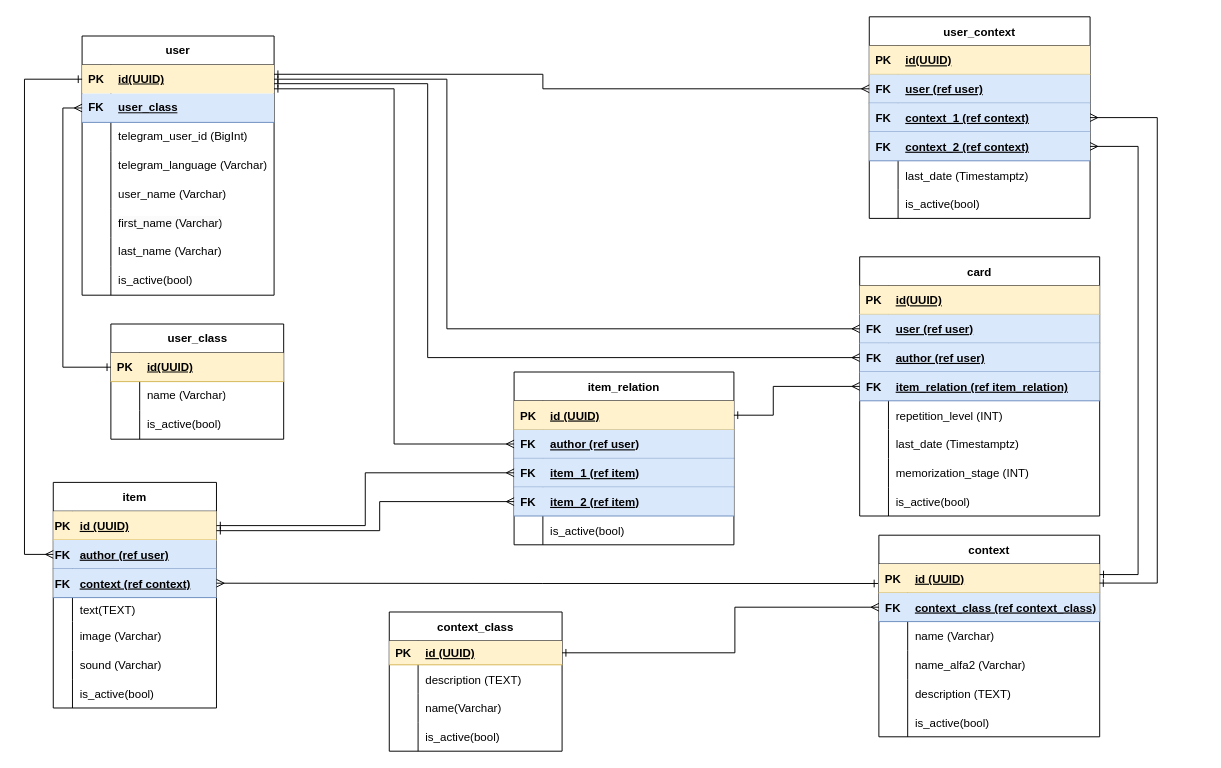
essayNEXT/REPETITOR keeps this draw.io diagram as doc/db_structure.drawio. Above is the earlier version. Source tidied: cells renumbered, new cells numbered last; positions are measured from the earlier drawing's top-left corner, leaving out a move shared by most shapes. Both pictures are drawn from the tidied source at 96%, with x=0, y=0 at pixel (24, 16).
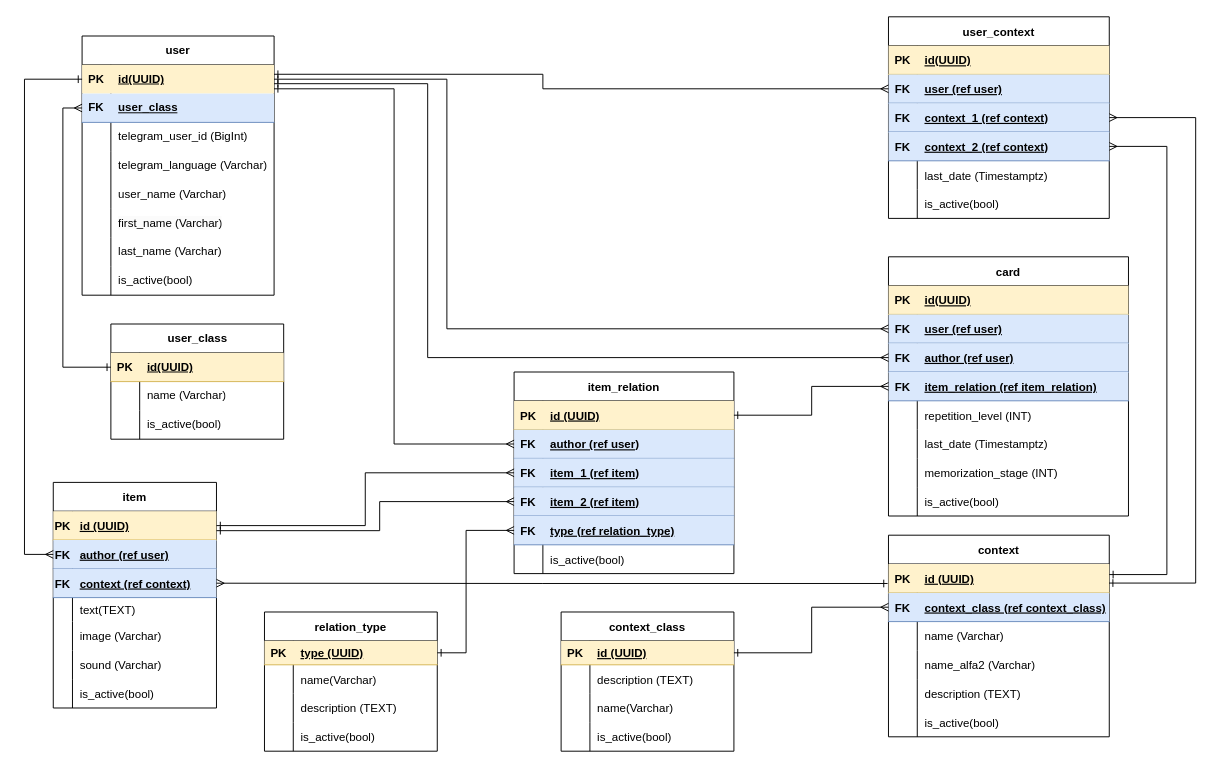
After the change.

The change refers to these unchanged cells:
```xml
<mxCell id="61" style="shape=tableRow;horizontal=0;startSize=0;swimlaneHead=0;swimlaneBody=0;fillColor=#fff2cc;points=[[0,0.5],[1,0.5]];portConstraint=eastwest;top=0;left=0;right=0;bottom=1;strokeColor=#d6b656;" parent="60" vertex="1">
  <mxGeometry y="30" width="229" height="30" as="geometry" />
</mxCell>
<mxCell id="86" style="shape=tableRow;horizontal=0;startSize=0;swimlaneHead=0;swimlaneBody=0;fillColor=#dae8fc;points=[[0,0.5],[1,0.5]];portConstraint=eastwest;top=0;left=0;right=0;bottom=1;strokeColor=#6c8ebf;" parent="76" vertex="1">
  <mxGeometry y="120" width="250" height="30" as="geometry" />
</mxCell>
<mxCell id="108" style="shape=tableRow;horizontal=0;startSize=0;swimlaneHead=0;swimlaneBody=0;fillColor=#dae8fc;points=[[0,0.5],[1,0.5]];portConstraint=eastwest;top=0;left=0;right=0;bottom=1;strokeColor=#6c8ebf;" parent="101" vertex="1">
  <mxGeometry y="90" width="230" height="30" as="geometry" />
</mxCell>
<mxCell id="111" style="shape=tableRow;horizontal=0;startSize=0;swimlaneHead=0;swimlaneBody=0;fillColor=#dae8fc;points=[[0,0.5],[1,0.5]];portConstraint=eastwest;top=0;left=0;right=0;bottom=1;strokeColor=#6c8ebf;" parent="101" vertex="1">
  <mxGeometry y="120" width="230" height="30" as="geometry" />
</mxCell>
<mxCell id="121" style="shape=tableRow;horizontal=0;startSize=0;swimlaneHead=0;swimlaneBody=0;fillColor=#fff2cc;points=[[0,0.5],[1,0.5]];portConstraint=eastwest;top=0;left=0;right=0;bottom=1;strokeColor=#d6b656;" parent="120" vertex="1">
  <mxGeometry y="30" width="230" height="30" as="geometry" />
</mxCell>
<mxCell id="124" style="shape=tableRow;horizontal=0;startSize=0;swimlaneHead=0;swimlaneBody=0;fillColor=#dae8fc;points=[[0,0.5],[1,0.5]];portConstraint=eastwest;top=0;left=0;right=0;bottom=1;strokeColor=#6c8ebf;" parent="120" vertex="1">
  <mxGeometry y="60" width="230" height="30" as="geometry" />
</mxCell>
<mxCell id="140" style="shape=tableRow;horizontal=0;startSize=0;swimlaneHead=0;swimlaneBody=0;fillColor=#fff2cc;points=[[0,0.5],[1,0.5]];portConstraint=eastwest;top=0;left=0;right=0;bottom=1;strokeColor=#d6b656;" parent="139" vertex="1">
  <mxGeometry y="30" width="180" height="25" as="geometry" />
</mxCell>
```

The edit, as a diff of the source:
```diff
@@
     <mxCell id="60" value="item_relation" style="shape=table;startSize=30;childLayout=tableLayout;rowLines=0;fontStyle=1;align=center;" parent="1" vertex="1">
-      <mxGeometry x="510" y="370" width="229" height="180" as="geometry" />
+      <mxGeometry x="510" y="370" width="229" height="210" as="geometry" />
     </mxCell>
@@
+    <mxCell id="164" style="shape=tableRow;horizontal=0;startSize=0;swimlaneHead=0;swimlaneBody=0;fillColor=#dae8fc;points=[[0,0.5],[1,0.5]];portConstraint=eastwest;top=0;left=0;right=0;bottom=1;strokeColor=#6c8ebf;" parent="60" vertex="1">
+      <mxGeometry y="150" width="229" height="30" as="geometry" />
+    </mxCell>
+    <mxCell id="165" value="FK" style="shape=partialRectangle;fillColor=none;top=0;left=0;bottom=0;right=0;fontStyle=1;overflow=hidden;" parent="164" vertex="1">
+      <mxGeometry width="30" height="30" as="geometry" />
+    </mxCell>
+    <mxCell id="166" value="type (ref relation_type)" style="shape=partialRectangle;fillColor=none;top=0;left=0;bottom=0;right=0;align=left;spacingLeft=6;fontStyle=5;overflow=hidden;" parent="164" vertex="1">
+      <mxGeometry x="30" width="199" height="30" as="geometry" />
+    </mxCell>
     <mxCell id="73" style="shape=tableRow;horizontal=0;startSize=0;swimlaneHead=0;swimlaneBody=0;fillColor=none;top=0;left=0;right=0;bottom=0;" parent="60" vertex="1">
-      <mxGeometry y="150" width="229" height="30" as="geometry" />
+      <mxGeometry y="180" width="229" height="30" as="geometry" />
     </mxCell>
@@
     <mxCell id="76" value="card" style="shape=table;startSize=30;childLayout=tableLayout;rowLines=0;fontStyle=1;align=center;" parent="1" vertex="1">
-      <mxGeometry x="870" y="250" width="250" height="270" as="geometry" />
+      <mxGeometry x="900" y="250" width="250" height="270" as="geometry" />
     </mxCell>
@@
     <mxCell id="101" value="user_context" style="shape=table;startSize=30;childLayout=tableLayout;rowLines=0;fontStyle=1;align=center;" parent="1" vertex="1">
-      <mxGeometry x="880" width="230" height="210" as="geometry" />
+      <mxGeometry x="900" width="230" height="210" as="geometry" />
     </mxCell>
@@
     <mxCell id="120" value="context" style="shape=table;startSize=30;childLayout=tableLayout;rowLines=0;fontStyle=1;align=center;" parent="1" vertex="1">
-      <mxGeometry x="890" y="540" width="230" height="210" as="geometry" />
+      <mxGeometry x="900" y="540" width="230" height="210" as="geometry" />
     </mxCell>
@@
     <mxCell id="139" value="context_class" style="shape=table;startSize=30;childLayout=tableLayout;rowLines=0;fontStyle=1;align=center;rounded=0;" parent="1" vertex="1">
-      <mxGeometry x="380" y="620" width="180" height="145" as="geometry" />
+      <mxGeometry x="559" y="620" width="180" height="145" as="geometry" />
     </mxCell>
@@
     <mxCell id="159" style="edgeStyle=elbowEdgeStyle;fontSize=12;html=1;endArrow=ERmany;rounded=0;exitX=1;exitY=0.5;exitDx=0;exitDy=0;startArrow=ERone;startFill=0;entryX=0;entryY=0.5;entryDx=0;entryDy=0;" parent="1" edge="1" source="140" target="124">
       <mxGeometry relative="1" as="geometry">
         <Array as="points">
-          <mxPoint x="740" y="610" />
+          <mxPoint x="820" y="650" />
         </Array>
       </mxGeometry>
     </mxCell>
     <mxCell id="160" style="edgeStyle=elbowEdgeStyle;fontSize=12;html=1;endArrow=ERmany;rounded=0;startArrow=ERone;startFill=0;entryX=1;entryY=0.5;entryDx=0;entryDy=0;exitX=0.999;exitY=0.662;exitDx=0;exitDy=0;exitPerimeter=0;" parent="1" edge="1" source="121" target="108">
       <mxGeometry relative="1" as="geometry">
         <Array as="points">
-          <mxPoint x="1180" y="400" />
+          <mxPoint x="1220" y="350" />
         </Array>
       </mxGeometry>
     </mxCell>
     <mxCell id="161" style="edgeStyle=elbowEdgeStyle;fontSize=12;html=1;endArrow=ERmany;rounded=0;startArrow=ERone;startFill=0;entryX=1;entryY=0.5;entryDx=0;entryDy=0;exitX=1;exitY=0.367;exitDx=0;exitDy=0;exitPerimeter=0;" parent="1" edge="1" source="121" target="111">
       <mxGeometry relative="1" as="geometry">
         <Array as="points">
-          <mxPoint x="1160" y="420" />
+          <mxPoint x="1190" y="370" />
         </Array>
       </mxGeometry>
     </mxCell>
@@
     <mxCell id="163" style="edgeStyle=elbowEdgeStyle;fontSize=12;html=1;endArrow=ERmany;rounded=0;exitX=1;exitY=0.5;exitDx=0;exitDy=0;startArrow=ERone;startFill=0;entryX=0;entryY=0.5;entryDx=0;entryDy=0;" parent="1" edge="1" source="61" target="86">
       <mxGeometry relative="1" as="geometry">
         <Array as="points">
-          <mxPoint x="780" y="370" />
+          <mxPoint x="820" y="400" />
         </Array>
       </mxGeometry>
     </mxCell>
+    <mxCell id="167" value="relation_type" style="shape=table;startSize=30;childLayout=tableLayout;rowLines=0;fontStyle=1;align=center;rounded=0;" parent="1" vertex="1">
+      <mxGeometry x="250" y="620" width="180" height="145" as="geometry" />
+    </mxCell>
+    <mxCell id="168" style="shape=tableRow;horizontal=0;startSize=0;swimlaneHead=0;swimlaneBody=0;fillColor=#fff2cc;points=[[0,0.5],[1,0.5]];portConstraint=eastwest;top=0;left=0;right=0;bottom=1;strokeColor=#d6b656;" parent="167" vertex="1">
+      <mxGeometry y="30" width="180" height="25" as="geometry" />
+    </mxCell>
+    <mxCell id="169" value="PK" style="shape=partialRectangle;fillColor=none;top=0;left=0;bottom=0;right=0;fontStyle=1;overflow=hidden;" parent="168" vertex="1">
+      <mxGeometry width="30" height="25" as="geometry" />
+    </mxCell>
+    <mxCell id="170" value="type (UUID)" style="shape=partialRectangle;fillColor=none;top=0;left=0;bottom=0;right=0;align=left;spacingLeft=6;fontStyle=5;overflow=hidden;" parent="168" vertex="1">
+      <mxGeometry x="30" width="150" height="25" as="geometry" />
+    </mxCell>
+    <mxCell id="171" style="shape=tableRow;horizontal=0;startSize=0;swimlaneHead=0;swimlaneBody=0;fillColor=none;top=0;left=0;right=0;bottom=0;" parent="167" vertex="1">
+      <mxGeometry y="55" width="180" height="30" as="geometry" />
+    </mxCell>
+    <mxCell id="172" style="shape=partialRectangle;fillColor=none;top=0;left=0;bottom=0;right=0;overflow=hidden;" parent="171" vertex="1">
+      <mxGeometry width="30" height="30" as="geometry" />
+    </mxCell>
+    <mxCell id="173" value="name(Varchar)" style="shape=partialRectangle;fillColor=none;top=0;left=0;bottom=0;right=0;align=left;spacingLeft=6;overflow=hidden;" parent="171" vertex="1">
+      <mxGeometry x="30" width="150" height="30" as="geometry" />
+    </mxCell>
+    <mxCell id="174" style="shape=tableRow;horizontal=0;startSize=0;swimlaneHead=0;swimlaneBody=0;fillColor=none;top=0;left=0;right=0;bottom=0;" parent="167" vertex="1">
+      <mxGeometry y="85" width="180" height="30" as="geometry" />
+    </mxCell>
+    <mxCell id="175" style="shape=partialRectangle;fillColor=none;top=0;left=0;bottom=0;right=0;overflow=hidden;" parent="174" vertex="1">
+      <mxGeometry width="30" height="30" as="geometry" />
+    </mxCell>
+    <mxCell id="176" value="description (TEXT) " style="shape=partialRectangle;fillColor=none;top=0;left=0;bottom=0;right=0;align=left;spacingLeft=6;overflow=hidden;" parent="174" vertex="1">
+      <mxGeometry x="30" width="150" height="30" as="geometry" />
+    </mxCell>
+    <mxCell id="177" style="shape=tableRow;horizontal=0;startSize=0;swimlaneHead=0;swimlaneBody=0;fillColor=none;top=0;left=0;right=0;bottom=0;" parent="167" vertex="1">
+      <mxGeometry y="115" width="180" height="30" as="geometry" />
+    </mxCell>
+    <mxCell id="178" style="shape=partialRectangle;fillColor=none;top=0;left=0;bottom=0;right=0;overflow=hidden;" parent="177" vertex="1">
+      <mxGeometry width="30" height="30" as="geometry" />
+    </mxCell>
+    <mxCell id="179" value="is_active(bool)" style="shape=partialRectangle;fillColor=none;top=0;left=0;bottom=0;right=0;align=left;spacingLeft=6;overflow=hidden;" parent="177" vertex="1">
+      <mxGeometry x="30" width="150" height="30" as="geometry" />
+    </mxCell>
+    <mxCell id="180" style="edgeStyle=elbowEdgeStyle;fontSize=12;html=1;endArrow=ERmany;rounded=0;exitX=1;exitY=0.5;exitDx=0;exitDy=0;startArrow=ERone;startFill=0;entryX=0;entryY=0.5;entryDx=0;entryDy=0;" parent="1" edge="1" source="168" target="164">
+      <mxGeometry relative="1" as="geometry">
+        <Array as="points">
+          <mxPoint x="460" y="600" />
+        </Array>
+      </mxGeometry>
+    </mxCell>
```
